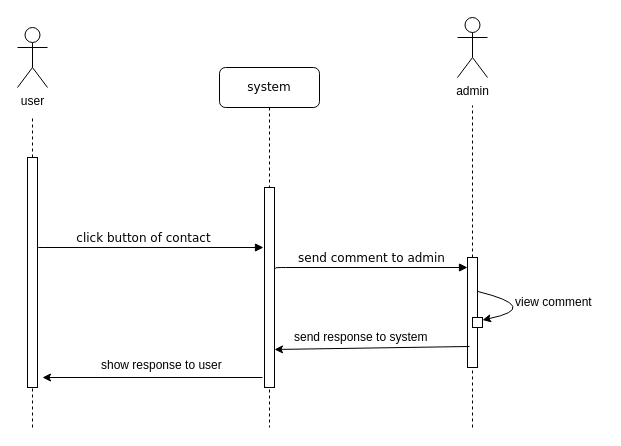
This is sequence/contact to admin.drawio from aenad/iut_foods, a draw.io file, before an edit. Source tidied: cells renumbered, new cells numbered last; positions are measured from the earlier drawing's top-left corner, leaving out a move shared by most shapes. Both pictures are drawn from the tidied source at 100%, with x=0, y=0 at pixel (17, 17).
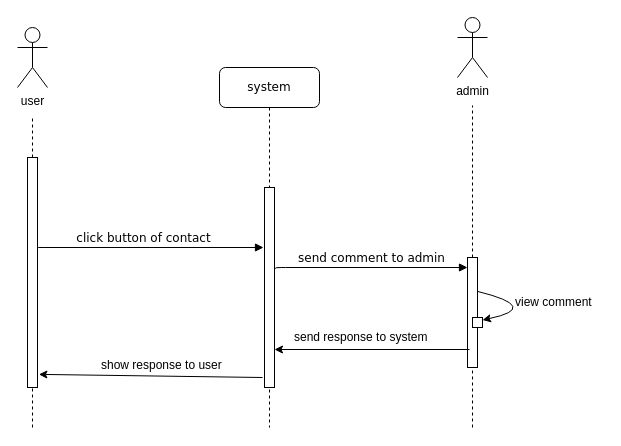
The same page after the edit.

The change refers to these unchanged cells:
```xml
<mxCell id="3" style="html=1;points=[];perimeter=orthogonalPerimeter;rounded=0;shadow=0;comic=0;labelBackgroundColor=none;strokeColor=#000000;strokeWidth=1;fillColor=#FFFFFF;fontFamily=Verdana;fontSize=12;fontColor=#000000;align=center;" parent="2" vertex="1">
  <mxGeometry x="45" y="120" width="10" height="200" as="geometry" />
</mxCell>
<mxCell id="7" style="html=1;points=[];perimeter=orthogonalPerimeter;rounded=0;shadow=0;comic=0;labelBackgroundColor=none;strokeColor=#000000;strokeWidth=1;fillColor=#FFFFFF;fontFamily=Verdana;fontSize=12;fontColor=#000000;align=center;" parent="1" vertex="1">
  <mxGeometry x="10" y="140" width="10" height="230" as="geometry" />
</mxCell>
<mxCell id="14" style="html=1;points=[];perimeter=orthogonalPerimeter;rounded=0;shadow=0;comic=0;labelBackgroundColor=none;strokeColor=#000000;strokeWidth=1;fillColor=#FFFFFF;fontFamily=Verdana;fontSize=12;fontColor=#000000;align=center;" parent="1" vertex="1">
  <mxGeometry x="450" y="240" width="10" height="110" as="geometry" />
</mxCell>
```

Change to the diagram source:
```diff
@@
-    <mxCell id="19" style="endArrow=classic;html=1;" parent="1" edge="1">
+    <mxCell id="19" style="endArrow=classic;html=1;entryX=1.14;entryY=0.943;entryDx=0;entryDy=0;entryPerimeter=0;" parent="1" edge="1" target="7">
       <mxGeometry relative="1" as="geometry">
         <mxPoint x="245" y="360" as="sourcePoint" />
-        <mxPoint x="25" y="360" as="targetPoint" />
       </mxGeometry>
     </mxCell>
-    <mxCell id="20" style="endArrow=classic;html=1;entryX=1;entryY=0.81;entryDx=0;entryDy=0;entryPerimeter=0;exitX=0.2;exitY=0.809;exitDx=0;exitDy=0;exitPerimeter=0;" parent="1" edge="1" source="14" target="3">
-      <mxGeometry relative="1" as="geometry" />
+    <mxCell id="20" style="endArrow=classic;html=1;entryX=1;entryY=0.81;entryDx=0;entryDy=0;entryPerimeter=0;" parent="1" edge="1" target="3">
+      <mxGeometry relative="1" as="geometry">
+        <mxPoint x="452" y="332" as="sourcePoint" />
+      </mxGeometry>
     </mxCell>
```
